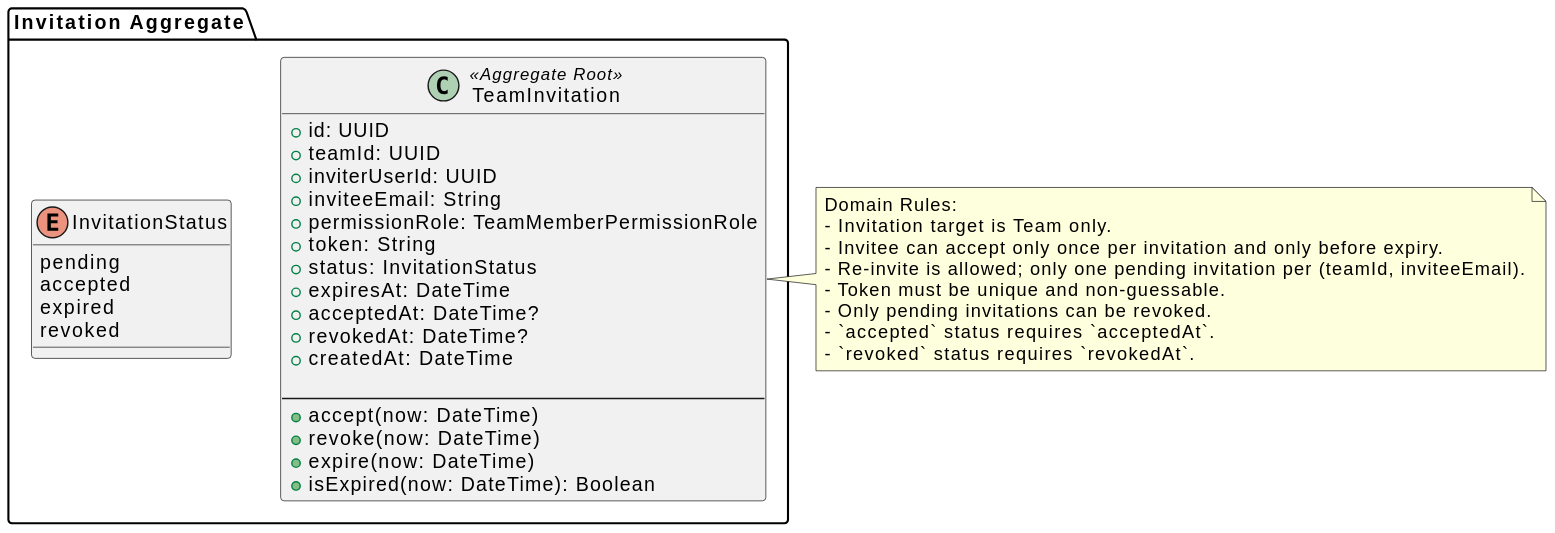
Bonbooon/teamdev-2026 keeps this PlantUML diagram as docs/generated-diagrams/domain-models/invitation-aggregate.svg. Above is the earlier version.
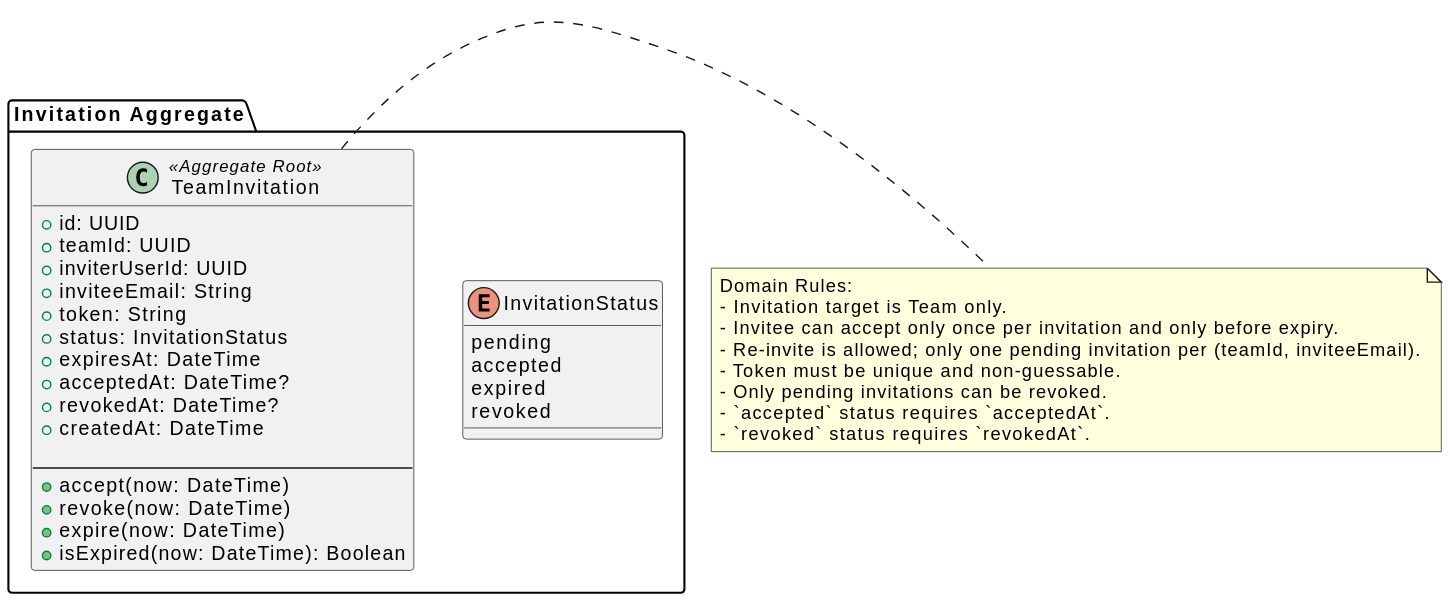
The same diagram one commit later.

Commit message:
Update trigger rule diagram: Adjust dimensions and positions for improved clarity and consistency

Change to the diagram source:
```diff
@@ -6,7 +6,6 @@
     +teamId: UUID
     +inviterUserId: UUID
     +inviteeEmail: String
-    +permissionRole: TeamMemberPermissionRole
     +token: String
     +status: InvitationStatus
     +expiresAt: DateTime
```
